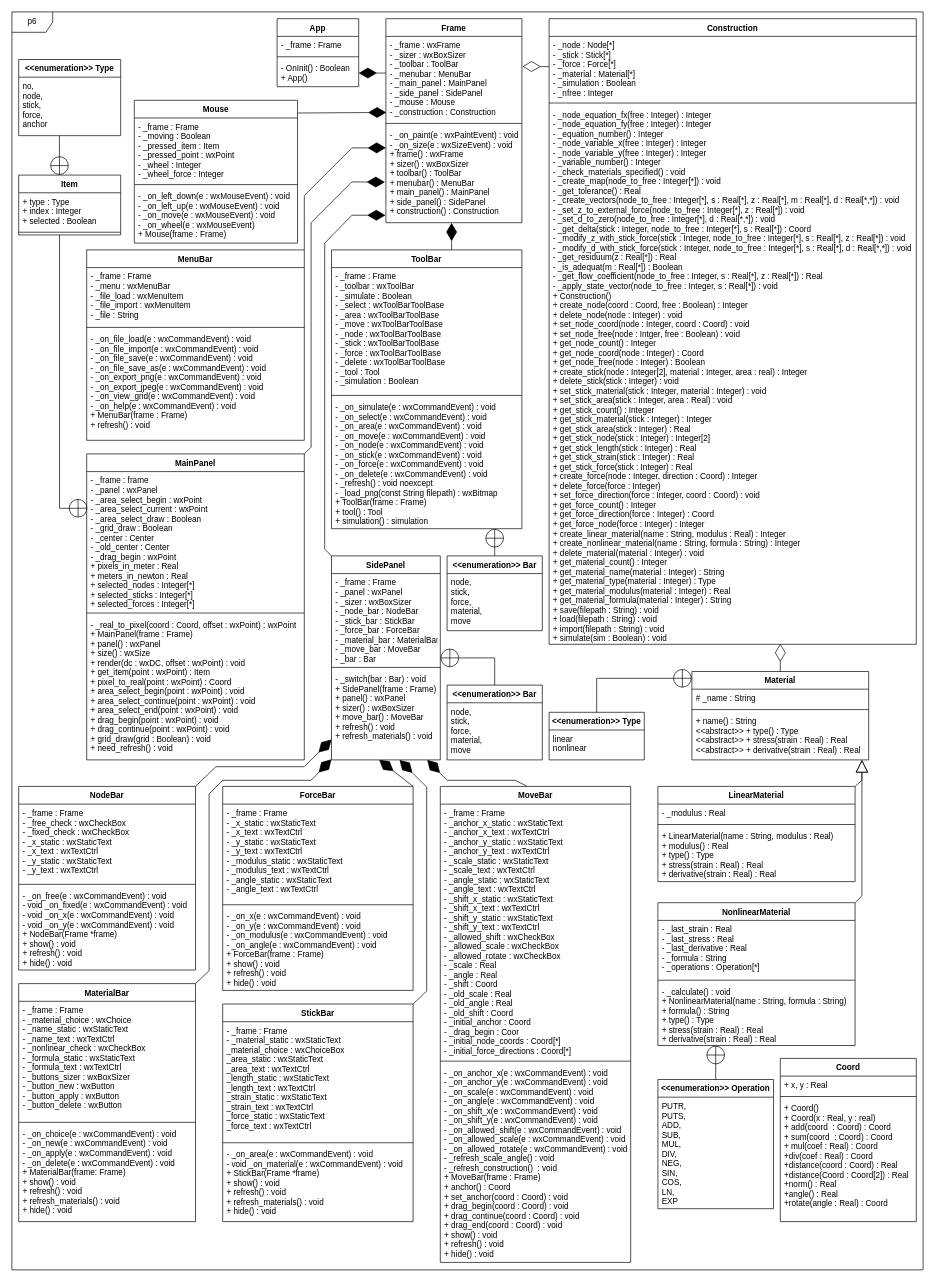
Before: class_diagram.drawio in kyrylo-sovailo/P6, a draw.io diagram. Source tidied: cells renumbered, new cells numbered last; positions are measured from the earlier drawing's top-left corner, leaving out a move shared by most shapes. Both pictures are drawn from the tidied source at 68%, with x=0, y=0 at pixel (12, 12).
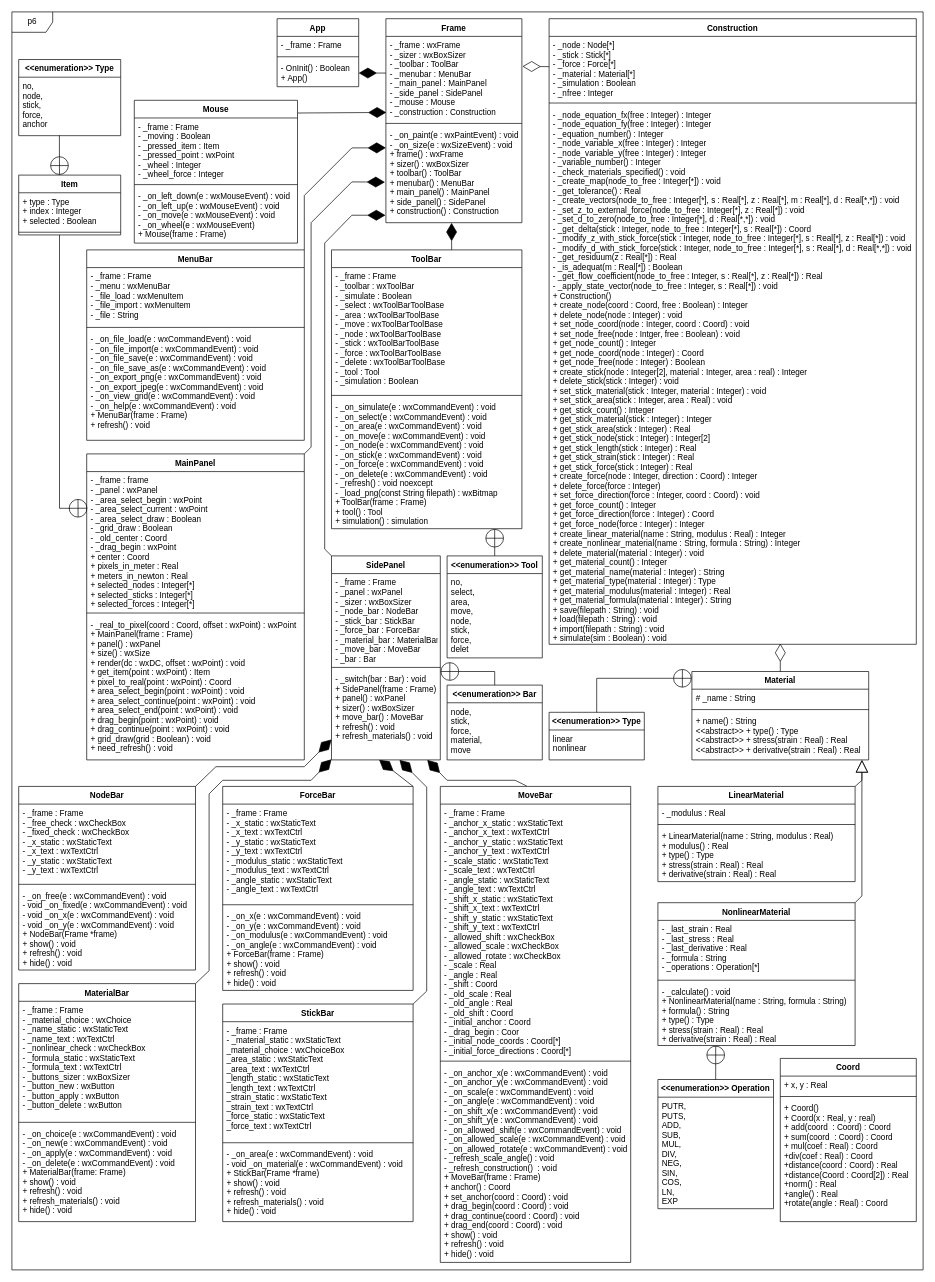
The same page after the edit.

The change refers to these unchanged cells:
```xml
<mxCell id="27" value="MainPanel" style="swimlane;fontStyle=1;align=center;verticalAlign=top;horizontal=1;startSize=26;" parent="1" vertex="1">
  <mxGeometry x="110" y="650" width="320" height="450" as="geometry" />
</mxCell>
<mxCell id="80" value="&lt;&lt;enumeration&gt;&gt; Bar" style="swimlane;fontStyle=1;horizontal=1;startSize=26;fillColor=none;" parent="1" vertex="1">
  <mxGeometry x="640" y="990" width="140" height="110" as="geometry" />
</mxCell>
```

The edit, as a diff of the source:
```diff
@@
-    <mxCell id="28" value="- _frame : frame&#10;- _panel : wxPanel&#10;- _area_select_begin : wxPoint&#10;- _area_select_current : wxPoint&#10;- _area_select_draw : Boolean&#10;- _grid_draw : Boolean&#10;- _center : Center&#10;- _old_center : Center&#10;- _drag_begin : wxPoint&#10;+ pixels_in_meter : Real&#10;+ meters_in_newton : Real&#10;+ selected_nodes : Integer[*]&#10;+ selected_sticks : Integer[*]&#10;+ selected_forces : Integer[*]" style="text;strokeColor=none;fillColor=none;align=left;verticalAlign=top;spacingLeft=4;spacingRight=4;overflow=hidden;points=[[0,0.5],[1,0.5]];portConstraint=eastwest;" parent="27" vertex="1">
+    <mxCell id="28" value="- _frame : frame&#10;- _panel : wxPanel&#10;- _area_select_begin : wxPoint&#10;- _area_select_current : wxPoint&#10;- _area_select_draw : Boolean&#10;- _grid_draw : Boolean&#10;- _old_center : Coord&#10;- _drag_begin : wxPoint&#10;+ center : Coord&#10;+ pixels_in_meter : Real&#10;+ meters_in_newton : Real&#10;+ selected_nodes : Integer[*]&#10;+ selected_sticks : Integer[*]&#10;+ selected_forces : Integer[*]" style="text;strokeColor=none;fillColor=none;align=left;verticalAlign=top;spacingLeft=4;spacingRight=4;overflow=hidden;points=[[0,0.5],[1,0.5]];portConstraint=eastwest;" parent="27" vertex="1">
       <mxGeometry y="26" width="320" height="204" as="geometry" />
     </mxCell>
@@
     <mxCell id="82" style="endArrow=circlePlus;endFill=0;endSize=12;html=1;exitX=0.5;exitY=0;exitDx=0;exitDy=0;rounded=0;" parent="1" edge="1" source="80">
       <mxGeometry relative="1" as="geometry">
-        <mxPoint x="630" y="950" as="targetPoint" />
+        <mxPoint x="630" y="970" as="targetPoint" />
         <Array as="points">
-          <mxPoint x="710" y="950" />
+          <mxPoint x="710" y="970" />
         </Array>
       </mxGeometry>
     </mxCell>
-    <mxCell id="83" value="&lt;&lt;enumeration&gt;&gt; Bar" style="swimlane;fontStyle=1;horizontal=1;startSize=26;fillColor=none;" parent="1" vertex="1">
-      <mxGeometry x="640" y="800" width="140" height="110" as="geometry" />
+    <mxCell id="83" value="&lt;&lt;enumeration&gt;&gt; Tool" style="swimlane;fontStyle=1;horizontal=1;startSize=26;fillColor=none;" parent="1" vertex="1">
+      <mxGeometry x="640" y="800" width="140" height="150" as="geometry" />
     </mxCell>
-    <mxCell id="84" value="node,&#10;stick,&#10;force,&#10;material,&#10;move" style="text;strokeColor=none;fillColor=none;align=left;verticalAlign=top;spacingLeft=4;spacingRight=4;overflow=hidden;" parent="83" vertex="1">
-      <mxGeometry y="26" width="140" height="84" as="geometry" />
+    <mxCell id="84" value="no,&#10;   select,&#10;   area,&#10;   move,&#10;   node,&#10;   stick,&#10;   force,&#10;   delet" style="text;strokeColor=none;fillColor=none;align=left;verticalAlign=top;spacingLeft=4;spacingRight=4;overflow=hidden;" parent="83" vertex="1">
+      <mxGeometry y="26" width="140" height="124" as="geometry" />
     </mxCell>
```
